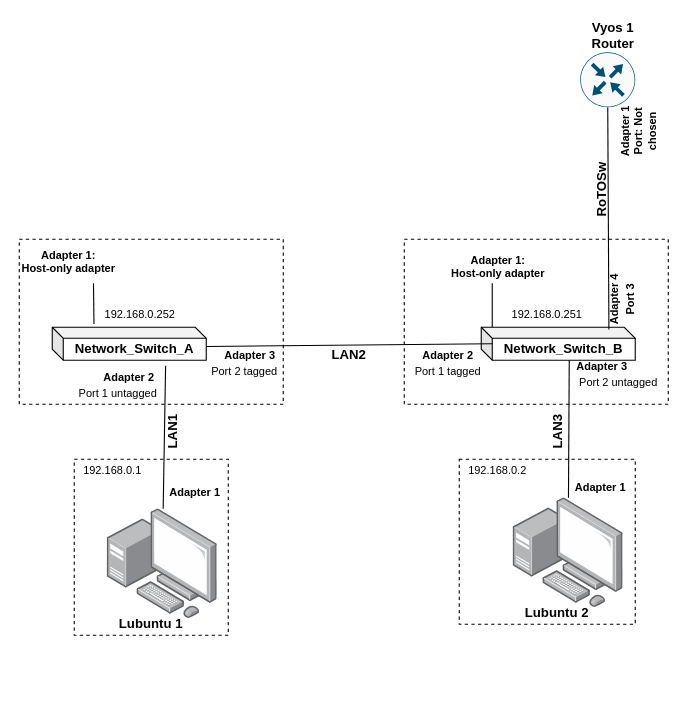
Kjersheim/DataNetworksIntro2023 keeps this draw.io diagram as page "Physical Topology" (1 of 3) of documentation/E04/E04NetworkChart_04.drawio. Above is the earlier version. Source tidied: cells renumbered, new cells numbered last; positions are measured from the earlier drawing's top-left corner, leaving out a move shared by most shapes. Both pictures are drawn from the tidied source at 110%, with x=0, y=0 at pixel (19, 19).
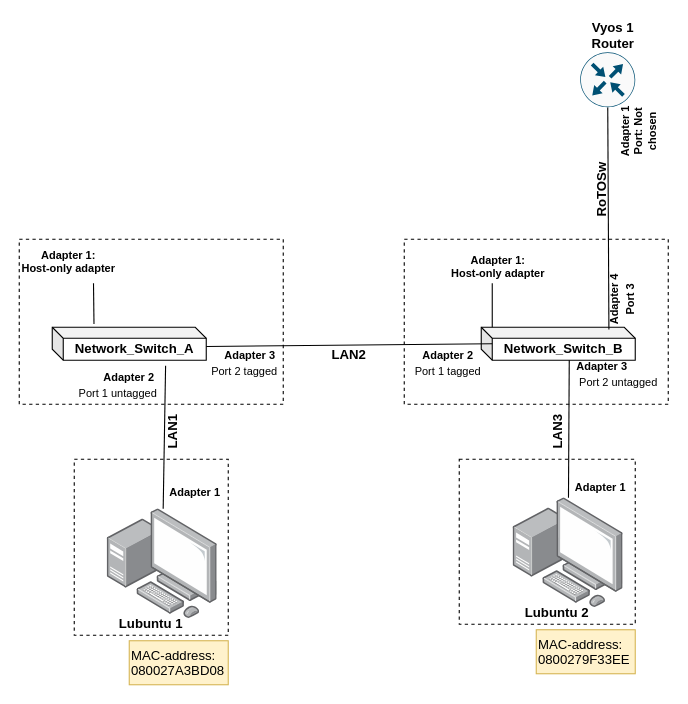
The same diagram, later.

Change to the diagram source:
```diff
@@
-    <mxCell id="29" value="192.168.0.1" style="text;strokeColor=none;align=center;fillColor=none;html=1;verticalAlign=middle;whiteSpace=wrap;rounded=0;dashed=1;fontSize=10;" parent="1" vertex="1">
-      <mxGeometry x="50" y="400" width="70" height="20" as="geometry" />
-    </mxCell>
-    <mxCell id="30" value="192.168.0.2" style="text;strokeColor=none;align=center;fillColor=none;html=1;verticalAlign=middle;whiteSpace=wrap;rounded=0;dashed=1;fontSize=10;" parent="1" vertex="1">
-      <mxGeometry x="400" y="400" width="70" height="20" as="geometry" />
-    </mxCell>
@@
-    <mxCell id="35" value="192.168.0.252" style="text;strokeColor=none;align=center;fillColor=none;html=1;verticalAlign=middle;whiteSpace=wrap;rounded=0;dashed=1;fontSize=10;" parent="1" vertex="1">
-      <mxGeometry x="65" y="260" width="90" height="15" as="geometry" />
-    </mxCell>
-    <mxCell id="36" value="192.168.0.251" style="text;strokeColor=none;align=center;fillColor=none;html=1;verticalAlign=middle;whiteSpace=wrap;rounded=0;dashed=1;fontSize=10;" parent="1" vertex="1">
-      <mxGeometry x="435" y="260" width="90" height="15" as="geometry" />
-    </mxCell>
@@
+    <mxCell id="43" value="MAC-address:&lt;br&gt;080027A3BD08" style="text;strokeColor=#d6b656;align=left;fillColor=#fff2cc;html=1;verticalAlign=top;rounded=0;whiteSpace=wrap;labelBorderColor=none;fillStyle=auto;" parent="1" vertex="1">
+      <mxGeometry x="100" y="565" width="90" height="40" as="geometry" />
+    </mxCell>
+    <mxCell id="44" value="MAC-address:&lt;br&gt;0800279F33EE" style="text;strokeColor=#d6b656;align=left;fillColor=#fff2cc;html=1;verticalAlign=top;rounded=0;whiteSpace=wrap;labelBorderColor=none;fillStyle=auto;" parent="1" vertex="1">
+      <mxGeometry x="470" y="555" width="90" height="40" as="geometry" />
+    </mxCell>
```
